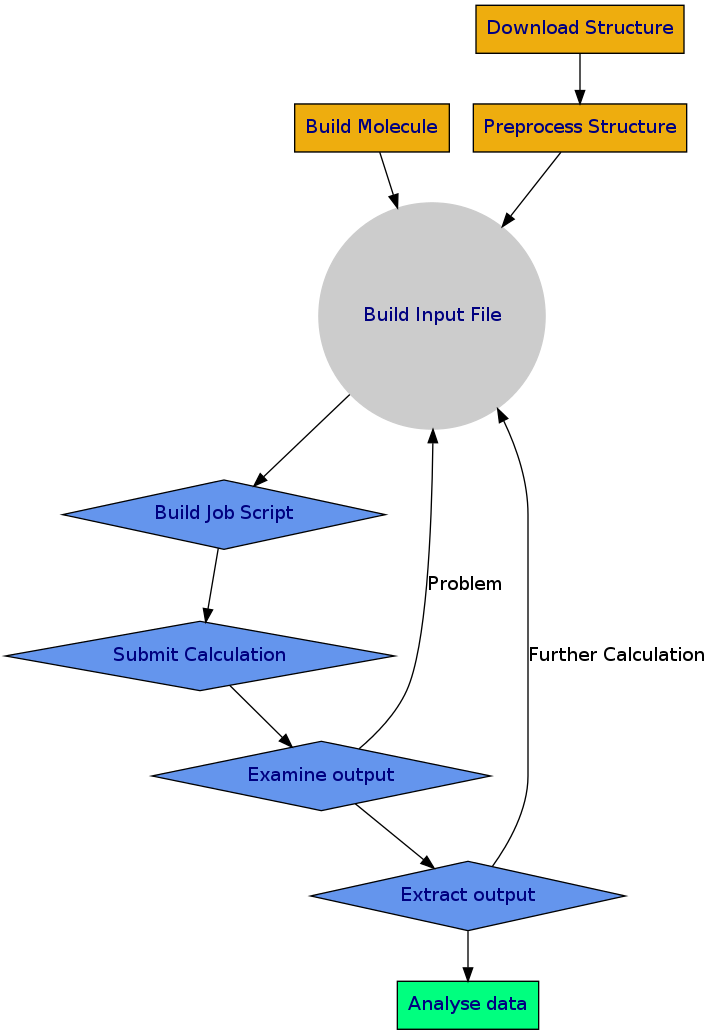
The Graphviz diagram pre_ase_workflow.png in Clyde-fare/ccnotebook_talk, before a commit. Its source is kept beside it as pre_ase_workflow.dot. The source it was exported from:
```dot
digraph {

  node [    fillcolor=cornflowerblue,
            fontcolor=navy,
            shape=diamond,
            style=filled];

  Step1a [  fillcolor=darkgoldenrod2,
            fontcolor=navy,
            label="Build Molecule",
            shape=box];

  Step1b [  shape=box
            label="Download Structure"
            fillcolor=darkgoldenrod2];

  Step2b [  shape=box
            label="Preprocess Structure"
            fillcolor=darkgoldenrod2];

  Step3 [   style=filled,
            fillcolor=grey80,
            color=grey80,
            shape=circle,
            fontcolor=navy
            label="Build Input File"];

  Step4 [ label="Build Job Script"];

  Step5 [label="Submit Calculation"];

  Step6 [label="Examine output"]

  Step7 [label="Extract output"]


  Step1a  -> Step3;
  Step1b  -> Step2b;
  Step2b  -> Step3;
  Step3   -> Step4;
  Step4   -> Step5;
  Step5   -> Step6;
  Step6   -> Step7;
  Step6   -> Step3 [label=Problem];
  Step7   -> Step3 [label="Further Calculation"];

  End [ shape=rectangle,
        fillcolor=springgreen1,
        fontcolor=navy
        label="Analyse data"];
  Step7 -> End;
}
```
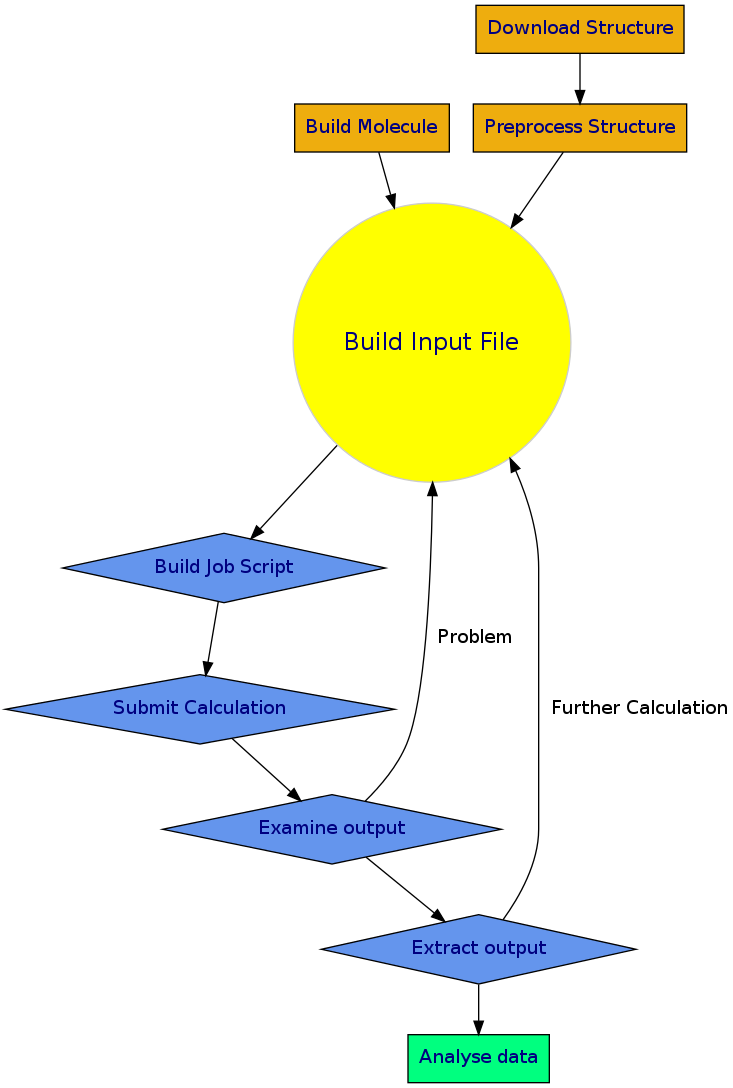
Above is the later version.

What changed in the source:
```diff
@@ -19,10 +19,11 @@
             fillcolor=darkgoldenrod2];
 
   Step3 [   style=filled,
-            fillcolor=grey80,
+            fillcolor=yellow,
             color=grey80,
             shape=circle,
             fontcolor=navy
+            fontsize=18
             label="Build Input File"];
 
   Step4 [ label="Build Job Script"];
@@ -41,8 +42,8 @@
   Step4   -> Step5;
   Step5   -> Step6;
   Step6   -> Step7;
-  Step6   -> Step3 [label=Problem];
-  Step7   -> Step3 [label="Further Calculation"];
+  Step6   -> Step3 [label="  Problem"];
+  Step7   -> Step3 [label="  Further Calculation"];
 
   End [ shape=rectangle,
         fillcolor=springgreen1,
```
